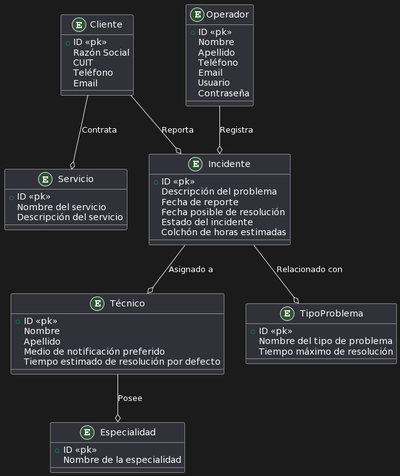
Above: uml.png in Marcos-Castillo/final-utn-g03 (PlantUML), before the change.
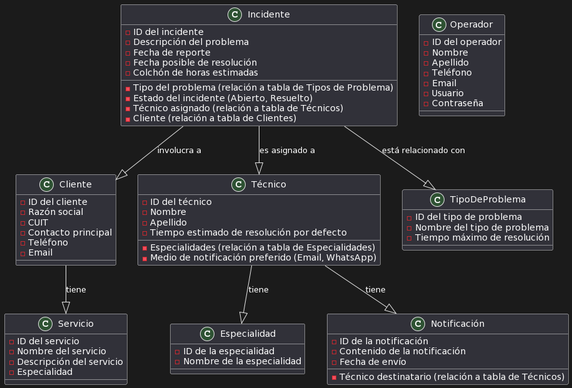
After the commit.

Diff of the diagram source:
```diff
@@ -1,64 +1,76 @@
 @startuml
-!define ENTITY entity
-!define PRIMARY_KEY pk
-!define FOREIGN_KEY fk
+!define ENTITY class
+!define RELATION association
 
-entity "Cliente" as cliente {
-  + ID <<pk>>
-  Razón Social
-  CUIT
-  Teléfono
-  Email
+ENTITY Cliente {
+    - ID del cliente
+    - Razón social
+    - CUIT
+    - Contacto principal
+    - Teléfono
+    - Email
 }
 
-entity "Operador" as operador {
-  + ID <<pk>>
-  Nombre
-  Apellido
-  Teléfono
-  Email
-  Usuario
-  Contraseña
+ENTITY Operador {
+    - ID del operador
+    - Nombre
+    - Apellido
+    - Teléfono
+    - Email
+    - Usuario
+    - Contraseña
 }
 
-entity "Técnico" as tecnico {
-  + ID <<pk>>
-  Nombre
-  Apellido
-  Medio de notificación preferido
-  Tiempo estimado de resolución por defecto
+ENTITY Técnico {
+    - ID del técnico
+    - Nombre
+    - Apellido
+    - Especialidades (relación a tabla de Especialidades)
+    - Medio de notificación preferido (Email, WhatsApp)
+    - Tiempo estimado de resolución por defecto
 }
 
-entity "Incidente" as incidente {
-  + ID <<pk>>
-  Descripción del problema
-  Fecha de reporte
-  Fecha posible de resolución
-  Estado del incidente
-  Colchón de horas estimadas
+ENTITY Incidente {
+    - ID del incidente
+    - Descripción del problema
+    - Tipo del problema (relación a tabla de Tipos de Problema)
+    - Fecha de reporte
+    - Fecha posible de resolución
+    - Estado del incidente (Abierto, Resuelto)
+    - Colchón de horas estimadas
+    - Técnico asignado (relación a tabla de Técnicos)
+    - Cliente (relación a tabla de Clientes)
 }
 
-entity "Servicio" as servicio {
-  + ID <<pk>>
-  Nombre del servicio
-  Descripción del servicio
+ENTITY Servicio {
+    - ID del servicio
+    - Nombre del servicio
+    - Descripción del servicio
+    - Especialidad
 }
 
-entity "Especialidad" as especialidad {
-  + ID <<pk>>
-  Nombre de la especialidad
+ENTITY Especialidad {
+    - ID de la especialidad
+    - Nombre de la especialidad
 }
 
-entity "TipoProblema" as tipo_problema {
-  + ID <<pk>>
-  Nombre del tipo de problema
-  Tiempo máximo de resolución
+ENTITY TipoDeProblema {
+    - ID del tipo de problema
+    - Nombre del tipo de problema
+    - Tiempo máximo de resolución
 }
 
-cliente --o incidente : Reporta
-operador --o incidente : Registra
-cliente --o servicio : Contrata
-tecnico --o especialidad : Posee
-incidente --o tipo_problema : Relacionado con
-incidente --o tecnico : Asignado a
+ENTITY Notificación {
+    - ID de la notificación
+    - Contenido de la notificación
+    - Técnico destinatario (relación a tabla de Técnicos)
+    - Fecha de envío
+}
+
+Cliente --|> Servicio : tiene
+Técnico --|> Especialidad : tiene
+Técnico --|> Notificación : tiene
+Incidente --|> Técnico : es asignado a
+Incidente --|> TipoDeProblema : está relacionado con
+Incidente --|> Cliente : involucra a
 @enduml
```
